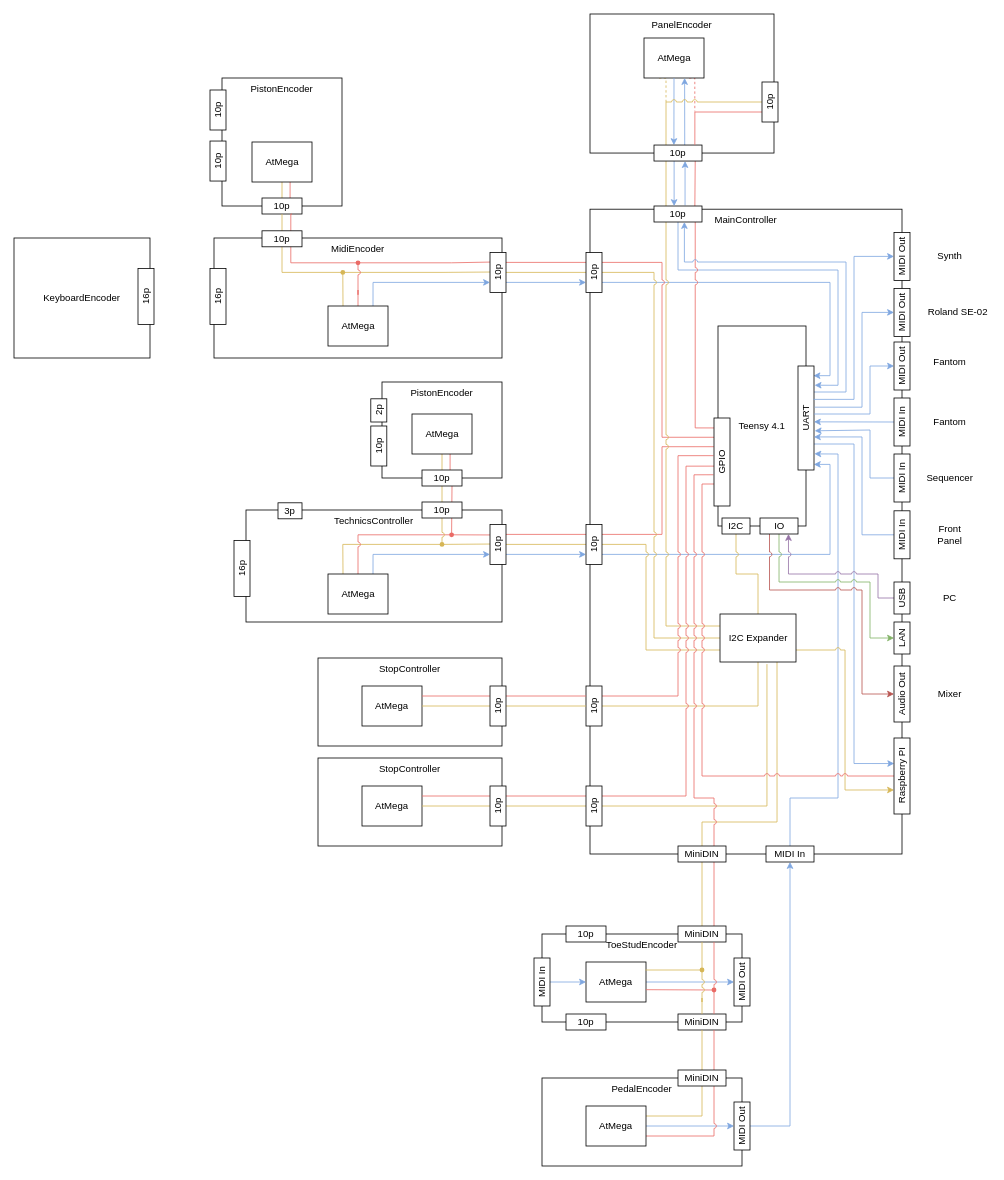
This is page "Connectors" (2 of 2) of boards/Boards.drawio from stefanhepp/eOrgan, a draw.io file, before an edit. Source tidied: cells renumbered, new cells numbered last; positions are measured from the earlier drawing's top-left corner, leaving out a move shared by most shapes. Both pictures are drawn from the tidied source at 80%, with x=0, y=0 at pixel (14, 14).
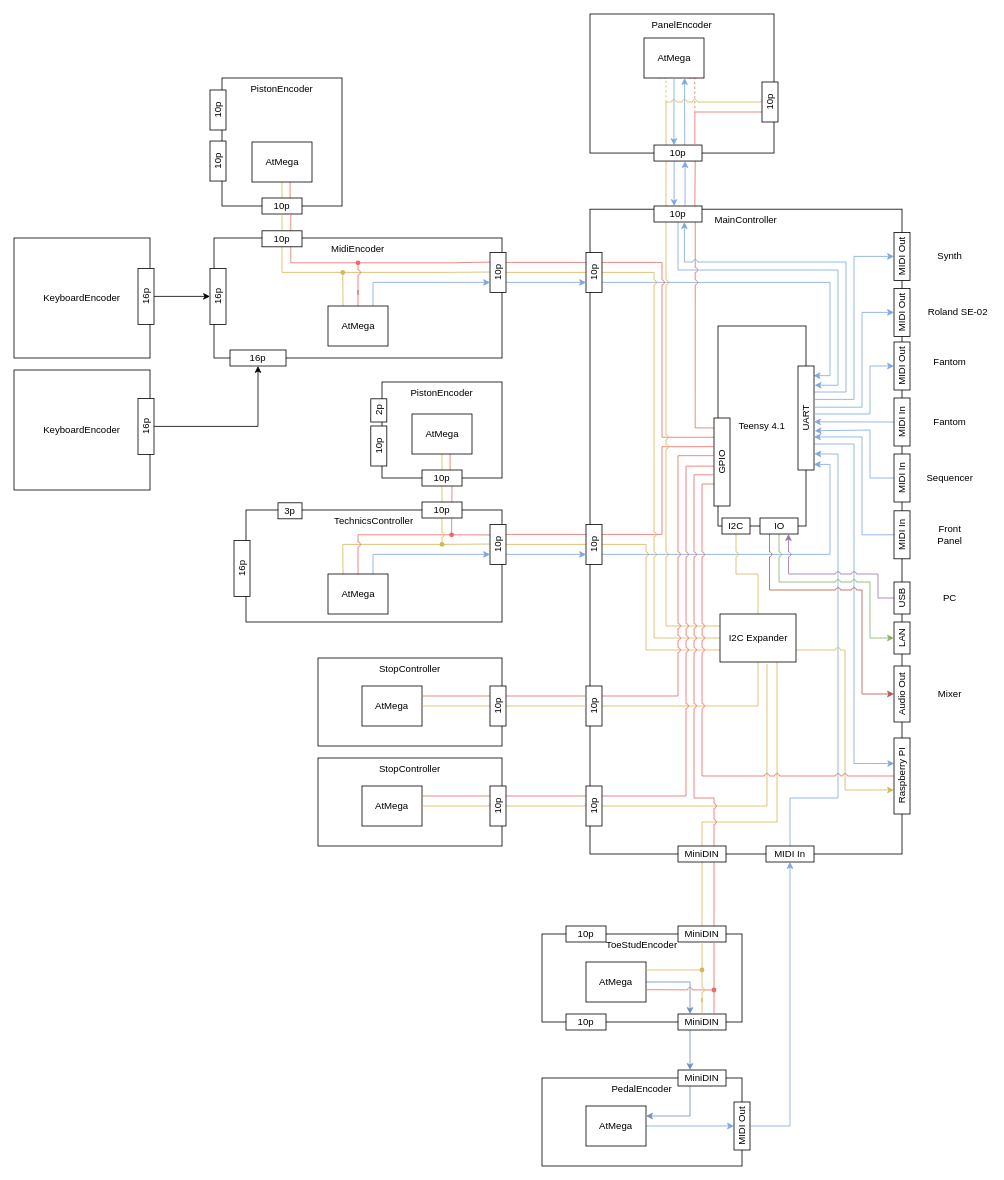
After the change.

The change refers to these unchanged cells:
```xml
<mxCell id="25" value="16p" style="rounded=0;whiteSpace=wrap;html=1;rotation=-90;" parent="1" vertex="1">
  <mxGeometry x="220" y="343" width="70" height="20" as="geometry" />
</mxCell>
<mxCell id="29" value="16p" style="rounded=0;whiteSpace=wrap;html=1;rotation=-90;" parent="1" vertex="1">
  <mxGeometry x="130" y="343" width="70" height="20" as="geometry" />
</mxCell>
<mxCell id="106" value="AtMega" style="rounded=0;whiteSpace=wrap;html=1;" parent="1" vertex="1">
  <mxGeometry x="715" y="1185" width="75" height="50" as="geometry" />
</mxCell>
<mxCell id="111" value="AtMega" style="rounded=0;whiteSpace=wrap;html=1;" parent="1" vertex="1">
  <mxGeometry x="715" y="1365" width="75" height="50" as="geometry" />
</mxCell>
<mxCell id="117" value="MiniDIN" style="rounded=0;whiteSpace=wrap;html=1;" parent="1" vertex="1">
  <mxGeometry x="830" y="1250" width="60" height="20" as="geometry" />
</mxCell>
<mxCell id="120" value="MiniDIN" style="rounded=0;whiteSpace=wrap;html=1;" parent="1" vertex="1">
  <mxGeometry x="830" y="1320" width="60" height="20" as="geometry" />
</mxCell>
```

The edit, as a diff of the source:
```diff
@@
+    <mxCell id="177" style="edgeStyle=orthogonalEdgeStyle;rounded=0;jettySize=auto;html=1;exitX=0.5;exitY=1;exitDx=0;exitDy=0;startArrow=none;startFill=0;endArrow=classic;endFill=1;" parent="1" edge="1" source="29" target="25">
+      <mxGeometry relative="1" as="geometry" />
+    </mxCell>
@@
-    <mxCell id="105" style="edgeStyle=orthogonalEdgeStyle;rounded=0;jumpStyle=arc;jettySize=auto;html=1;exitX=1;exitY=0.5;exitDx=0;exitDy=0;entryX=0.5;entryY=0;entryDx=0;entryDy=0;strokeColor=#7EA6E0;endArrow=classic;endFill=1;" parent="1" edge="1" source="106" target="125">
-      <mxGeometry relative="1" as="geometry" />
-    </mxCell>
+    <mxCell id="178" style="edgeStyle=orthogonalEdgeStyle;rounded=0;jettySize=auto;html=1;exitX=1;exitY=0.5;exitDx=0;exitDy=0;entryX=0.25;entryY=0;entryDx=0;entryDy=0;fillColor=#dae8fc;strokeColor=#6c8ebf;" parent="1" edge="1" source="106" target="117">
+      <mxGeometry relative="1" as="geometry" />
+    </mxCell>
@@
-    <mxCell id="109" style="edgeStyle=orthogonalEdgeStyle;rounded=0;jumpStyle=arc;jettySize=auto;html=1;exitX=1;exitY=0.75;exitDx=0;exitDy=0;entryX=0.75;entryY=1;entryDx=0;entryDy=0;strokeColor=#EA6B66;endArrow=none;endFill=0;" parent="1" edge="1" source="111" target="120">
-      <mxGeometry relative="1" as="geometry" />
-    </mxCell>
-    <mxCell id="110" style="edgeStyle=orthogonalEdgeStyle;rounded=0;jumpStyle=arc;jettySize=auto;html=1;exitX=1;exitY=0.25;exitDx=0;exitDy=0;entryX=0.5;entryY=1;entryDx=0;entryDy=0;strokeColor=#d6b656;endArrow=none;endFill=0;fillColor=#fff2cc;" parent="1" edge="1" source="111" target="120">
-      <mxGeometry relative="1" as="geometry" />
-    </mxCell>
@@
+    <mxCell id="179" style="edgeStyle=orthogonalEdgeStyle;rounded=0;jettySize=auto;html=1;exitX=0.25;exitY=1;exitDx=0;exitDy=0;entryX=0.25;entryY=0;entryDx=0;entryDy=0;fillColor=#dae8fc;strokeColor=#6c8ebf;" parent="1" edge="1" source="117" target="120">
+      <mxGeometry relative="1" as="geometry" />
+    </mxCell>
@@
-    <mxCell id="118" style="edgeStyle=orthogonalEdgeStyle;rounded=0;jumpStyle=arc;jettySize=auto;html=1;exitX=0.75;exitY=0;exitDx=0;exitDy=0;entryX=0.75;entryY=1;entryDx=0;entryDy=0;strokeColor=#EA6B66;endArrow=none;endFill=0;" parent="1" edge="1" source="120" target="117">
-      <mxGeometry relative="1" as="geometry" />
-    </mxCell>
-    <mxCell id="119" style="edgeStyle=orthogonalEdgeStyle;rounded=0;jumpStyle=arc;jettySize=auto;html=1;exitX=0.5;exitY=0;exitDx=0;exitDy=0;entryX=0.5;entryY=1;entryDx=0;entryDy=0;strokeColor=#d6b656;endArrow=none;endFill=0;fillColor=#fff2cc;" parent="1" edge="1" source="120" target="117">
-      <mxGeometry relative="1" as="geometry" />
-    </mxCell>
+    <mxCell id="180" style="edgeStyle=orthogonalEdgeStyle;rounded=0;jettySize=auto;html=1;exitX=0.25;exitY=1;exitDx=0;exitDy=0;entryX=1;entryY=0.25;entryDx=0;entryDy=0;fillColor=#dae8fc;strokeColor=#6c8ebf;" parent="1" edge="1" source="120" target="111">
+      <mxGeometry relative="1" as="geometry" />
+    </mxCell>
@@
-    <mxCell id="125" value="MIDI Out" style="rounded=0;whiteSpace=wrap;html=1;rotation=-90;" parent="1" vertex="1">
-      <mxGeometry x="880" y="1200" width="60" height="20" as="geometry" />
-    </mxCell>
-    <mxCell id="126" style="edgeStyle=orthogonalEdgeStyle;rounded=0;jumpStyle=arc;jettySize=auto;html=1;exitX=0.5;exitY=1;exitDx=0;exitDy=0;entryX=0;entryY=0.5;entryDx=0;entryDy=0;strokeColor=#7EA6E0;endArrow=classic;endFill=1;" parent="1" edge="1" source="127" target="106">
-      <mxGeometry relative="1" as="geometry" />
-    </mxCell>
-    <mxCell id="127" value="MIDI In" style="rounded=0;whiteSpace=wrap;html=1;rotation=-90;" parent="1" vertex="1">
-      <mxGeometry x="630" y="1200" width="60" height="20" as="geometry" />
-    </mxCell>
@@
+    <mxCell id="181" value="KeyboardEncoder" style="rounded=0;whiteSpace=wrap;html=1;" parent="1" vertex="1">
+      <mxGeometry y="445" width="170" height="150" as="geometry" />
+    </mxCell>
+    <mxCell id="182" style="edgeStyle=orthogonalEdgeStyle;rounded=0;jettySize=auto;html=1;exitX=0.5;exitY=1;exitDx=0;exitDy=0;entryX=0.5;entryY=1;entryDx=0;entryDy=0;startArrow=none;startFill=0;endArrow=classic;endFill=1;" parent="1" edge="1" source="183" target="184">
+      <mxGeometry relative="1" as="geometry" />
+    </mxCell>
+    <mxCell id="183" value="16p" style="rounded=0;whiteSpace=wrap;html=1;rotation=-90;" parent="1" vertex="1">
+      <mxGeometry x="130" y="505.5" width="70" height="20" as="geometry" />
+    </mxCell>
+    <mxCell id="184" value="16p" style="rounded=0;whiteSpace=wrap;html=1;rotation=0;" parent="1" vertex="1">
+      <mxGeometry x="270" y="420" width="70" height="20" as="geometry" />
+    </mxCell>
```
